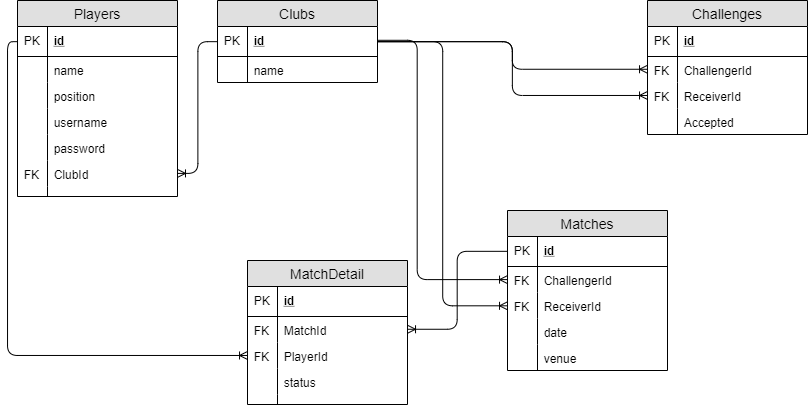
jelangrkharisma/pair-projects keeps this draw.io diagram as Schema Pair Project.png. Above is the earlier version. Source tidied: cells renumbered, new cells last; positions are measured from the earlier drawing's top-left corner, leaving out a move shared by most shapes.
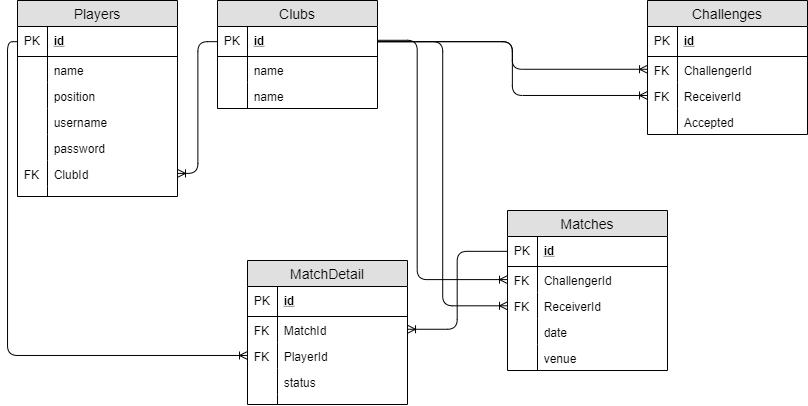
The same diagram one commit later.

Change to the diagram source:
```diff
@@ -48,7 +48,7 @@
       <mxGeometry width="30" height="10" as="geometry" />
     </mxCell>
     <mxCell id="17" value="Clubs" style="swimlane;fontStyle=0;horizontal=1;startSize=26;fillColor=#e0e0e0;swimlaneFillColor=#ffffff;align=center;fontSize=14;" parent="1" vertex="1">
-      <mxGeometry x="200" width="160" height="82" as="geometry" />
+      <mxGeometry x="200" width="160" height="108" as="geometry" />
     </mxCell>
     <mxCell id="18" value="id" style="shape=partialRectangle;top=0;left=0;right=0;bottom=1;align=left;verticalAlign=middle;fillColor=none;spacingLeft=34;spacingRight=4;overflow=hidden;points=[[0,0.5],[1,0.5]];portConstraint=eastwest;fontStyle=5;fontSize=12;" parent="17" vertex="1">
       <mxGeometry y="26" width="160" height="30" as="geometry" />
@@ -62,6 +62,12 @@
     <mxCell id="21" style="shape=partialRectangle;top=0;left=0;bottom=0;fillColor=none;align=left;verticalAlign=top;spacingLeft=4;spacingRight=4;overflow=hidden;fontSize=12;" parent="20" vertex="1">
       <mxGeometry width="30" height="26" as="geometry" />
     </mxCell>
+    <mxCell id="60" value="name" style="shape=partialRectangle;top=0;left=0;right=0;bottom=0;align=left;verticalAlign=top;fillColor=none;spacingLeft=34;spacingRight=4;overflow=hidden;fontSize=12;" parent="17" vertex="1">
+      <mxGeometry y="82" width="160" height="26" as="geometry" />
+    </mxCell>
+    <mxCell id="61" style="shape=partialRectangle;top=0;left=0;bottom=0;fillColor=none;align=left;verticalAlign=top;spacingLeft=4;spacingRight=4;overflow=hidden;fontSize=12;" parent="60" vertex="1">
+      <mxGeometry width="30" height="26" as="geometry" />
+    </mxCell>
     <mxCell id="22" value="Matches" style="swimlane;fontStyle=0;horizontal=1;startSize=26;fillColor=#e0e0e0;swimlaneFillColor=#ffffff;align=center;fontSize=14;" parent="1" vertex="1">
       <mxGeometry x="490" y="210" width="160" height="160" as="geometry" />
     </mxCell>
```
